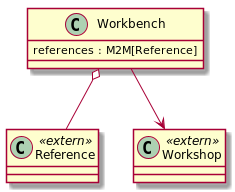
PremierLangage/platon-conception keeps this PlantUML diagram as diagrammes/resources/workbench/workbench.png. Above is the earlier version.
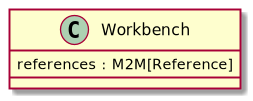
After the change.

The edit, as a diff of the source:
```diff
@@ -1,14 +1,7 @@
 @startuml
-
-class Reference <<extern>> {}
-class Workshop <<extern>> {}
 
 class Workbench {
     references : M2M[Reference]
 }
 
-
-Workbench o-- Reference
-Workbench --> Workshop
-
 @enduml
```
